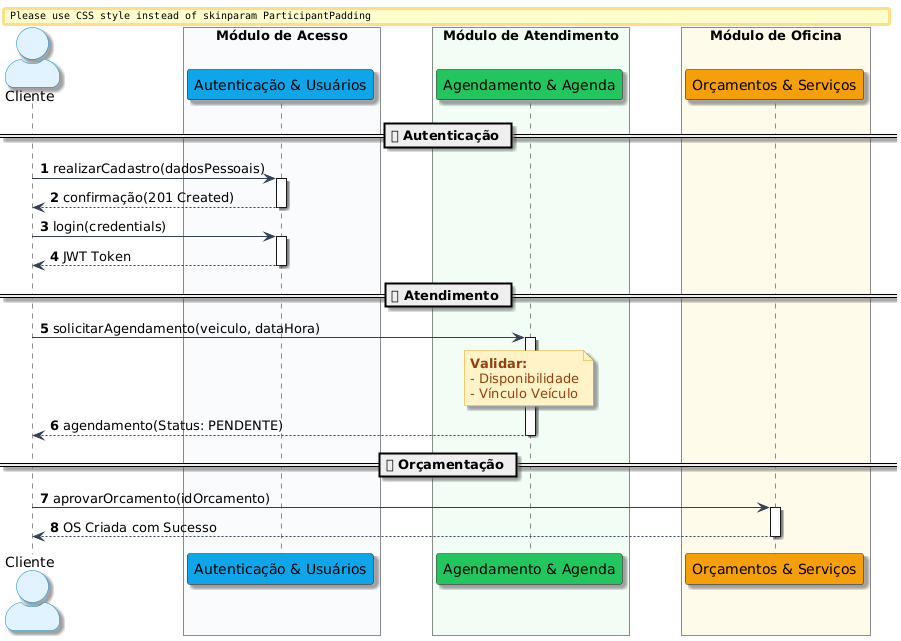
Above: Diagramas/Imagens/Sequencia-Cliente.png in Mateus7799/Autofix (PlantUML), before the change.
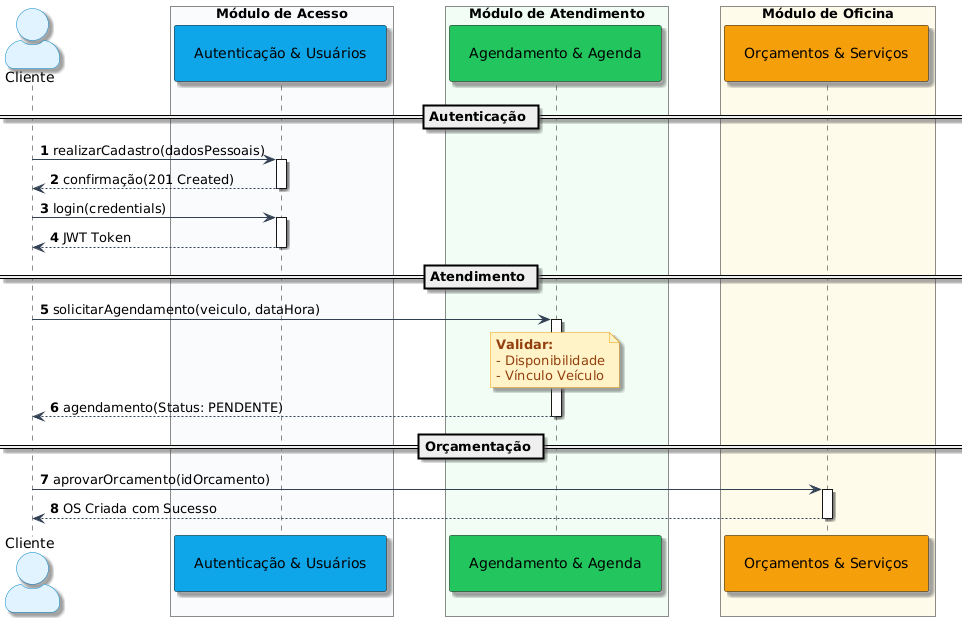
Later version of the same file.

What changed in the source:
```diff
@@ -6,7 +6,11 @@
 skinparam shadowing true
 skinparam defaultFontName "Segoe UI"
 skinparam BoxPadding 25
-skinparam ParticipantPadding 20
+<style>
+participant {
+    Padding 20
+}
+</style>
 
 skinparam actor {
     BackgroundColor #E0F2FE
@@ -33,7 +37,7 @@
     participant "Orçamentos & Serviços" as mod_os #F59E0B
 end box
 
-== 🔐 Autenticação ==
+== Autenticação ==
 cli -> mod_auth : realizarCadastro(dadosPessoais)
 activate mod_auth
 mod_auth --> cli : confirmação(201 Created)
@@ -44,14 +48,14 @@
 mod_auth --> cli : JWT Token
 deactivate mod_auth
 
-== 📅 Atendimento ==
+== Atendimento ==
 cli -> mod_agenda : solicitarAgendamento(veiculo, dataHora)
 activate mod_agenda
 note over mod_agenda: **Validar:**\n- Disponibilidade\n- Vínculo Veículo
 mod_agenda --> cli : agendamento(Status: PENDENTE)
 deactivate mod_agenda
 
-== 🛠️ Orçamentação ==
+==  Orçamentação ==
 cli -> mod_os : aprovarOrcamento(idOrcamento)
 activate mod_os
 mod_os --> cli : OS Criada com Sucesso
```
